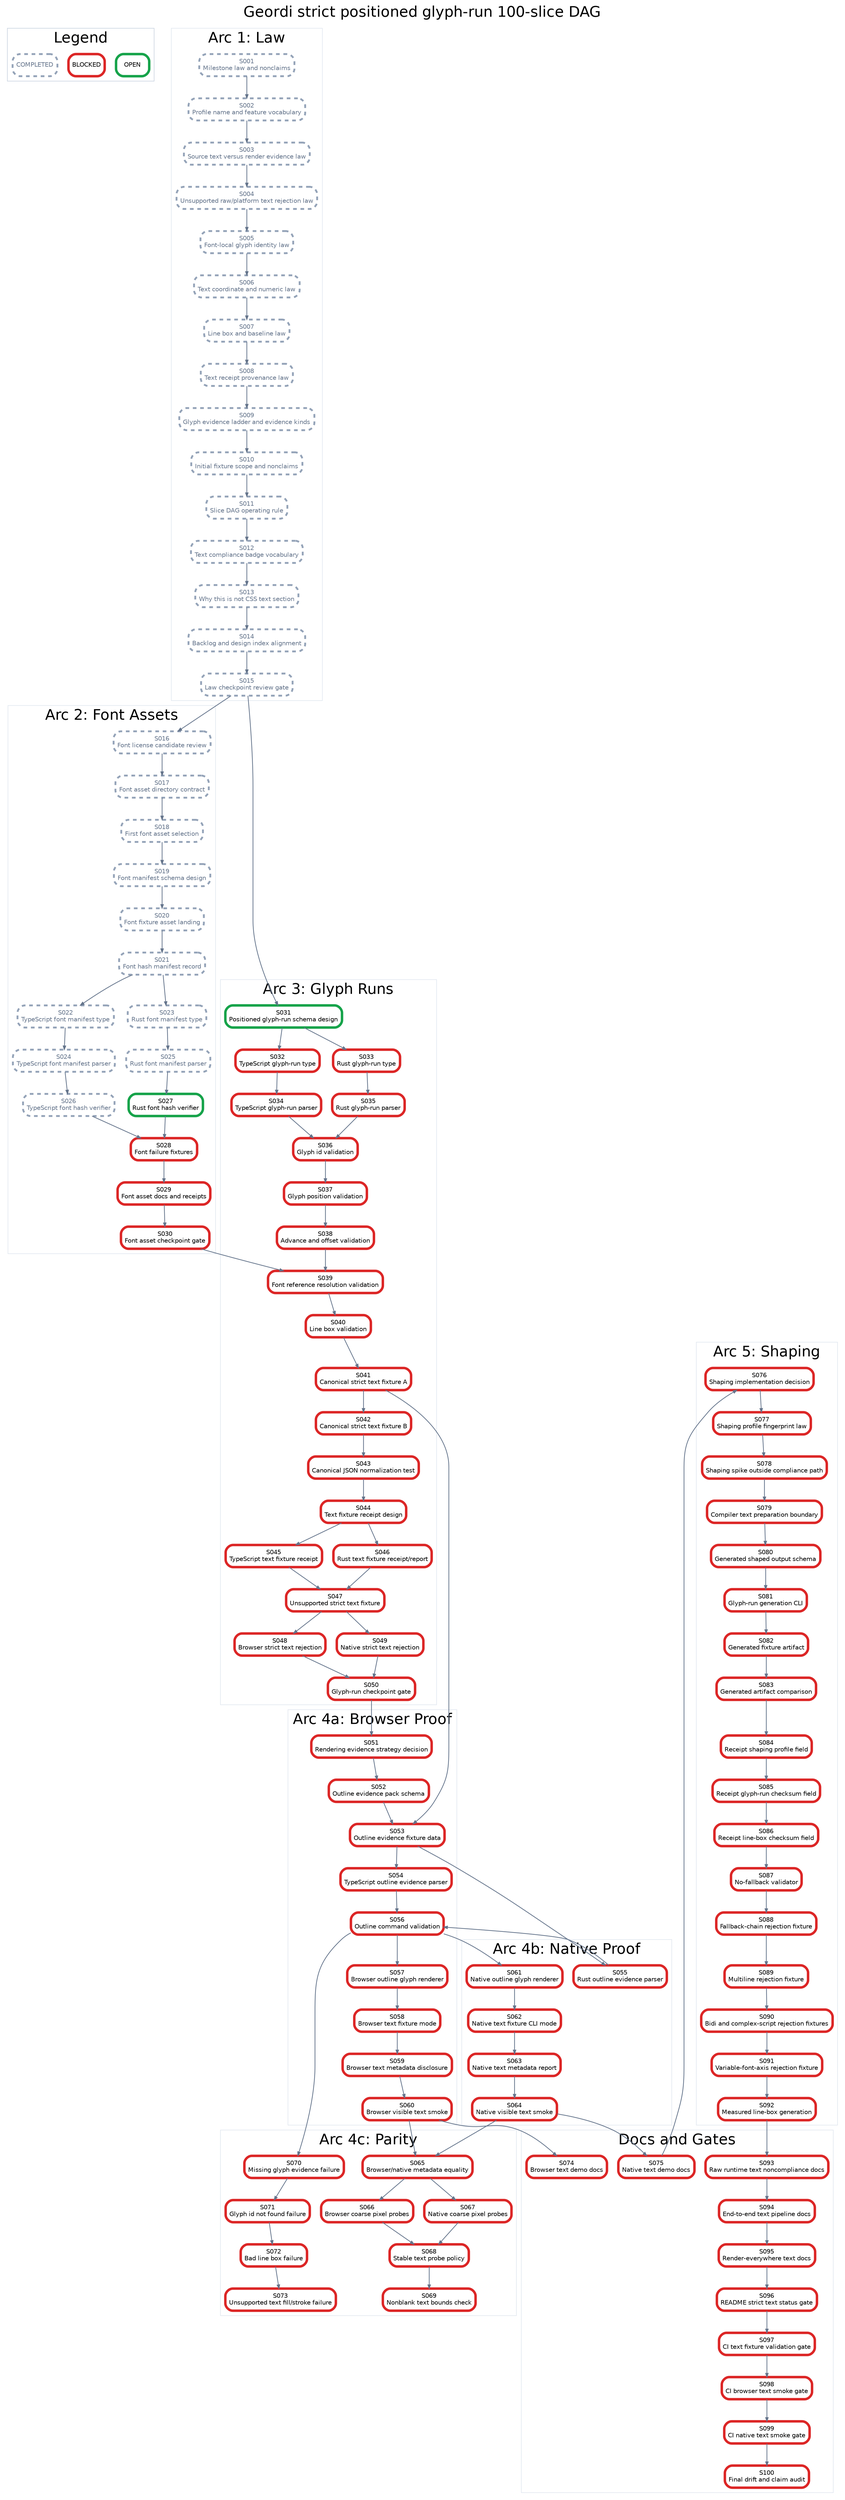
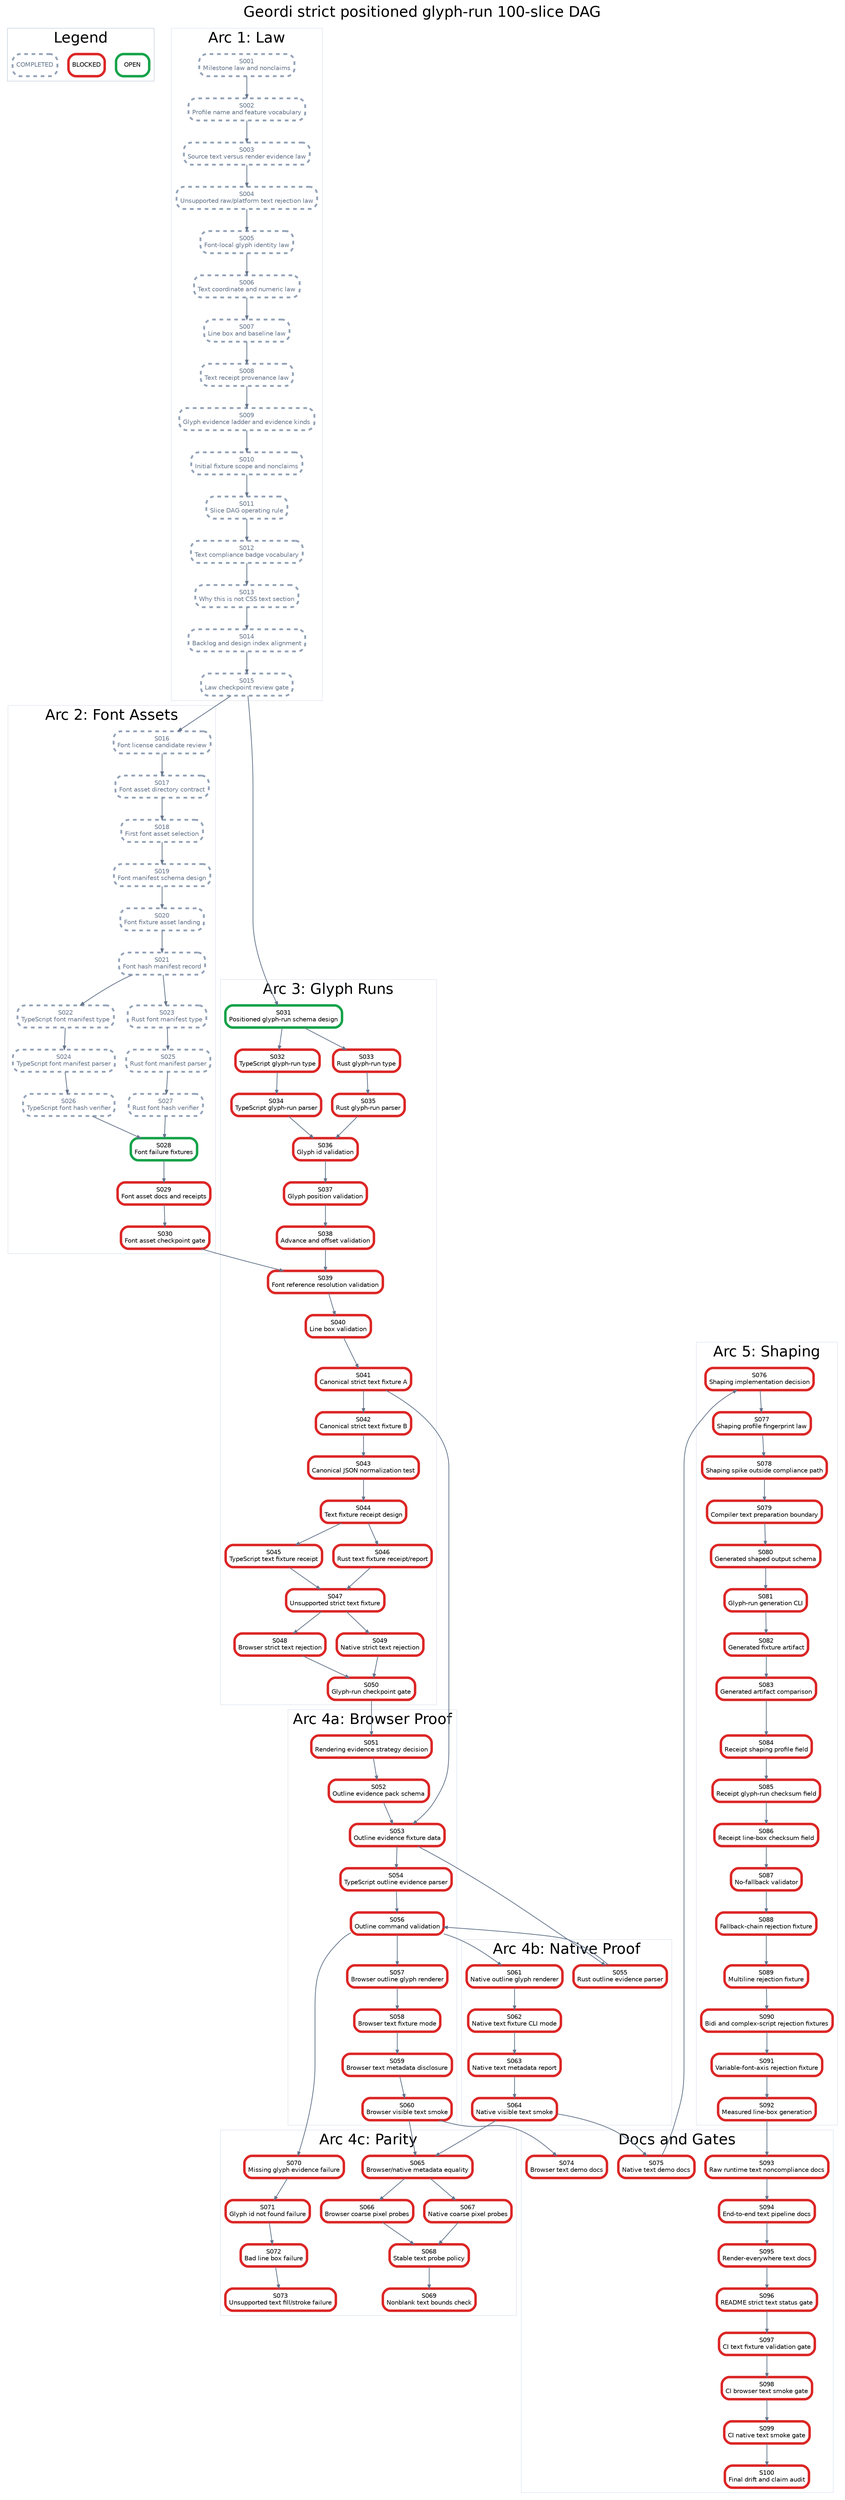
digraph StrictPositionedGlyphRunPlan {
  graph [rankdir=TB, bgcolor="white", fontname="Helvetica", label="Geordi strict positioned glyph-run 100-slice DAG", labelloc="t", fontsize=24];
  node [shape=box, style="rounded,filled", fillcolor="white", fontname="Helvetica", fontsize=10, margin="0.08,0.05"];
  edge [color="#64748b", arrowsize=0.6, penwidth=1.2];

  subgraph cluster_legend {
    label="Legend";
    color="#cbd5e1";
    legend_open [label="OPEN", color="#16a34a", penwidth=4];
    legend_blocked [label="BLOCKED", color="#dc2626", penwidth=4];
    legend_done [label="COMPLETED", color="#94a3b8", penwidth=3, style="rounded,filled,dashed", fontcolor="#64748b"];
  }

  subgraph cluster_law {
    label="Arc 1: Law";
    color="#e2e8f0";
    S001 [label="S001\nMilestone law and nonclaims", color="#94a3b8", penwidth=3, style="rounded,filled,dashed", fontcolor="#64748b"];
    S002 [label="S002\nProfile name and feature vocabulary", color="#94a3b8", penwidth=3, style="rounded,filled,dashed", fontcolor="#64748b"];
    S003 [label="S003\nSource text versus render evidence law", color="#94a3b8", penwidth=3, style="rounded,filled,dashed", fontcolor="#64748b"];
    S004 [label="S004\nUnsupported raw/platform text rejection law", color="#94a3b8", penwidth=3, style="rounded,filled,dashed", fontcolor="#64748b"];
    S005 [label="S005\nFont-local glyph identity law", color="#94a3b8", penwidth=3, style="rounded,filled,dashed", fontcolor="#64748b"];
    S006 [label="S006\nText coordinate and numeric law", color="#94a3b8", penwidth=3, style="rounded,filled,dashed", fontcolor="#64748b"];
    S007 [label="S007\nLine box and baseline law", color="#94a3b8", penwidth=3, style="rounded,filled,dashed", fontcolor="#64748b"];
    S008 [label="S008\nText receipt provenance law", color="#94a3b8", penwidth=3, style="rounded,filled,dashed", fontcolor="#64748b"];
    S009 [label="S009\nGlyph evidence ladder and evidence kinds", color="#94a3b8", penwidth=3, style="rounded,filled,dashed", fontcolor="#64748b"];
    S010 [label="S010\nInitial fixture scope and nonclaims", color="#94a3b8", penwidth=3, style="rounded,filled,dashed", fontcolor="#64748b"];
    S011 [label="S011\nSlice DAG operating rule", color="#94a3b8", penwidth=3, style="rounded,filled,dashed", fontcolor="#64748b"];
    S012 [label="S012\nText compliance badge vocabulary", color="#94a3b8", penwidth=3, style="rounded,filled,dashed", fontcolor="#64748b"];
    S013 [label="S013\nWhy this is not CSS text section", color="#94a3b8", penwidth=3, style="rounded,filled,dashed", fontcolor="#64748b"];
    S014 [label="S014\nBacklog and design index alignment", color="#94a3b8", penwidth=3, style="rounded,filled,dashed", fontcolor="#64748b"];
    S015 [label="S015\nLaw checkpoint review gate", color="#94a3b8", penwidth=3, style="rounded,filled,dashed", fontcolor="#64748b"];
  }

  subgraph cluster_assets {
    label="Arc 2: Font Assets";
    color="#e2e8f0";
    S016 [label="S016\nFont license candidate review", color="#94a3b8", penwidth=3, style="rounded,filled,dashed", fontcolor="#64748b"];
    S017 [label="S017\nFont asset directory contract", color="#94a3b8", penwidth=3, style="rounded,filled,dashed", fontcolor="#64748b"];
    S018 [label="S018\nFirst font asset selection", color="#94a3b8", penwidth=3, style="rounded,filled,dashed", fontcolor="#64748b"];
    S019 [label="S019\nFont manifest schema design", color="#94a3b8", penwidth=3, style="rounded,filled,dashed", fontcolor="#64748b"];
    S020 [label="S020\nFont fixture asset landing", color="#94a3b8", penwidth=3, style="rounded,filled,dashed", fontcolor="#64748b"];
    S021 [label="S021\nFont hash manifest record", color="#94a3b8", penwidth=3, style="rounded,filled,dashed", fontcolor="#64748b"];
    S022 [label="S022\nTypeScript font manifest type", color="#94a3b8", penwidth=3, style="rounded,filled,dashed", fontcolor="#64748b"];
    S023 [label="S023\nRust font manifest type", color="#94a3b8", penwidth=3, style="rounded,filled,dashed", fontcolor="#64748b"];
    S024 [label="S024\nTypeScript font manifest parser", color="#94a3b8", penwidth=3, style="rounded,filled,dashed", fontcolor="#64748b"];
    S025 [label="S025\nRust font manifest parser", color="#94a3b8", penwidth=3, style="rounded,filled,dashed", fontcolor="#64748b"];
    S026 [label="S026\nTypeScript font hash verifier", color="#94a3b8", penwidth=3, style="rounded,filled,dashed", fontcolor="#64748b"];
-     S027 [label="S027\nRust font hash verifier", color="#16a34a", penwidth=4];
-     S028 [label="S028\nFont failure fixtures", color="#dc2626", penwidth=4];
+     S027 [label="S027\nRust font hash verifier", color="#94a3b8", penwidth=3, style="rounded,filled,dashed", fontcolor="#64748b"];
+     S028 [label="S028\nFont failure fixtures", color="#16a34a", penwidth=4];
    S029 [label="S029\nFont asset docs and receipts", color="#dc2626", penwidth=4];
    S030 [label="S030\nFont asset checkpoint gate", color="#dc2626", penwidth=4];
  }

  subgraph cluster_glyph {
    label="Arc 3: Glyph Runs";
    color="#e2e8f0";
    S031 [label="S031\nPositioned glyph-run schema design", color="#16a34a", penwidth=4];
    S032 [label="S032\nTypeScript glyph-run type", color="#dc2626", penwidth=4];
    S033 [label="S033\nRust glyph-run type", color="#dc2626", penwidth=4];
    S034 [label="S034\nTypeScript glyph-run parser", color="#dc2626", penwidth=4];
    S035 [label="S035\nRust glyph-run parser", color="#dc2626", penwidth=4];
    S036 [label="S036\nGlyph id validation", color="#dc2626", penwidth=4];
    S037 [label="S037\nGlyph position validation", color="#dc2626", penwidth=4];
    S038 [label="S038\nAdvance and offset validation", color="#dc2626", penwidth=4];
    S039 [label="S039\nFont reference resolution validation", color="#dc2626", penwidth=4];
    S040 [label="S040\nLine box validation", color="#dc2626", penwidth=4];
    S041 [label="S041\nCanonical strict text fixture A", color="#dc2626", penwidth=4];
    S042 [label="S042\nCanonical strict text fixture B", color="#dc2626", penwidth=4];
    S043 [label="S043\nCanonical JSON normalization test", color="#dc2626", penwidth=4];
    S044 [label="S044\nText fixture receipt design", color="#dc2626", penwidth=4];
    S045 [label="S045\nTypeScript text fixture receipt", color="#dc2626", penwidth=4];
    S046 [label="S046\nRust text fixture receipt/report", color="#dc2626", penwidth=4];
    S047 [label="S047\nUnsupported strict text fixture", color="#dc2626", penwidth=4];
    S048 [label="S048\nBrowser strict text rejection", color="#dc2626", penwidth=4];
    S049 [label="S049\nNative strict text rejection", color="#dc2626", penwidth=4];
    S050 [label="S050\nGlyph-run checkpoint gate", color="#dc2626", penwidth=4];
  }

  subgraph cluster_browser {
    label="Arc 4a: Browser Proof";
    color="#e2e8f0";
    S051 [label="S051\nRendering evidence strategy decision", color="#dc2626", penwidth=4];
    S052 [label="S052\nOutline evidence pack schema", color="#dc2626", penwidth=4];
    S053 [label="S053\nOutline evidence fixture data", color="#dc2626", penwidth=4];
    S054 [label="S054\nTypeScript outline evidence parser", color="#dc2626", penwidth=4];
    S056 [label="S056\nOutline command validation", color="#dc2626", penwidth=4];
    S057 [label="S057\nBrowser outline glyph renderer", color="#dc2626", penwidth=4];
    S058 [label="S058\nBrowser text fixture mode", color="#dc2626", penwidth=4];
    S059 [label="S059\nBrowser text metadata disclosure", color="#dc2626", penwidth=4];
    S060 [label="S060\nBrowser visible text smoke", color="#dc2626", penwidth=4];
  }

  subgraph cluster_native {
    label="Arc 4b: Native Proof";
    color="#e2e8f0";
    S055 [label="S055\nRust outline evidence parser", color="#dc2626", penwidth=4];
    S061 [label="S061\nNative outline glyph renderer", color="#dc2626", penwidth=4];
    S062 [label="S062\nNative text fixture CLI mode", color="#dc2626", penwidth=4];
    S063 [label="S063\nNative text metadata report", color="#dc2626", penwidth=4];
    S064 [label="S064\nNative visible text smoke", color="#dc2626", penwidth=4];
  }

  subgraph cluster_parity {
    label="Arc 4c: Parity";
    color="#e2e8f0";
    S065 [label="S065\nBrowser/native metadata equality", color="#dc2626", penwidth=4];
    S066 [label="S066\nBrowser coarse pixel probes", color="#dc2626", penwidth=4];
    S067 [label="S067\nNative coarse pixel probes", color="#dc2626", penwidth=4];
    S068 [label="S068\nStable text probe policy", color="#dc2626", penwidth=4];
    S069 [label="S069\nNonblank text bounds check", color="#dc2626", penwidth=4];
    S070 [label="S070\nMissing glyph evidence failure", color="#dc2626", penwidth=4];
    S071 [label="S071\nGlyph id not found failure", color="#dc2626", penwidth=4];
    S072 [label="S072\nBad line box failure", color="#dc2626", penwidth=4];
    S073 [label="S073\nUnsupported text fill/stroke failure", color="#dc2626", penwidth=4];
  }

  subgraph cluster_shaping {
    label="Arc 5: Shaping";
    color="#e2e8f0";
    S076 [label="S076\nShaping implementation decision", color="#dc2626", penwidth=4];
    S077 [label="S077\nShaping profile fingerprint law", color="#dc2626", penwidth=4];
    S078 [label="S078\nShaping spike outside compliance path", color="#dc2626", penwidth=4];
    S079 [label="S079\nCompiler text preparation boundary", color="#dc2626", penwidth=4];
    S080 [label="S080\nGenerated shaped output schema", color="#dc2626", penwidth=4];
    S081 [label="S081\nGlyph-run generation CLI", color="#dc2626", penwidth=4];
    S082 [label="S082\nGenerated fixture artifact", color="#dc2626", penwidth=4];
    S083 [label="S083\nGenerated artifact comparison", color="#dc2626", penwidth=4];
    S084 [label="S084\nReceipt shaping profile field", color="#dc2626", penwidth=4];
    S085 [label="S085\nReceipt glyph-run checksum field", color="#dc2626", penwidth=4];
    S086 [label="S086\nReceipt line-box checksum field", color="#dc2626", penwidth=4];
    S087 [label="S087\nNo-fallback validator", color="#dc2626", penwidth=4];
    S088 [label="S088\nFallback-chain rejection fixture", color="#dc2626", penwidth=4];
    S089 [label="S089\nMultiline rejection fixture", color="#dc2626", penwidth=4];
    S090 [label="S090\nBidi and complex-script rejection fixtures", color="#dc2626", penwidth=4];
    S091 [label="S091\nVariable-font-axis rejection fixture", color="#dc2626", penwidth=4];
    S092 [label="S092\nMeasured line-box generation", color="#dc2626", penwidth=4];
  }

  subgraph cluster_docs {
    label="Docs and Gates";
    color="#e2e8f0";
    S074 [label="S074\nBrowser text demo docs", color="#dc2626", penwidth=4];
    S075 [label="S075\nNative text demo docs", color="#dc2626", penwidth=4];
    S093 [label="S093\nRaw runtime text noncompliance docs", color="#dc2626", penwidth=4];
    S094 [label="S094\nEnd-to-end text pipeline docs", color="#dc2626", penwidth=4];
    S095 [label="S095\nRender-everywhere text docs", color="#dc2626", penwidth=4];
    S096 [label="S096\nREADME strict text status gate", color="#dc2626", penwidth=4];
    S097 [label="S097\nCI text fixture validation gate", color="#dc2626", penwidth=4];
    S098 [label="S098\nCI browser text smoke gate", color="#dc2626", penwidth=4];
    S099 [label="S099\nCI native text smoke gate", color="#dc2626", penwidth=4];
    S100 [label="S100\nFinal drift and claim audit", color="#dc2626", penwidth=4];
  }

  S001 -> S002;
  S002 -> S003;
  S003 -> S004;
  S004 -> S005;
  S005 -> S006;
  S006 -> S007;
  S007 -> S008;
  S008 -> S009;
  S009 -> S010;
  S010 -> S011;
  S011 -> S012;
  S012 -> S013;
  S013 -> S014;
  S014 -> S015;
  S015 -> S016;
  S016 -> S017;
  S017 -> S018;
  S018 -> S019;
  S019 -> S020;
  S020 -> S021;
  S021 -> S022;
  S021 -> S023;
  S022 -> S024;
  S023 -> S025;
  S024 -> S026;
  S025 -> S027;
  S026 -> S028;
  S027 -> S028;
  S028 -> S029;
  S029 -> S030;
  S015 -> S031;
  S031 -> S032;
  S031 -> S033;
  S032 -> S034;
  S033 -> S035;
  S034 -> S036;
  S035 -> S036;
  S036 -> S037;
  S037 -> S038;
  S038 -> S039;
  S039 -> S040;
  S030 -> S039;
  S040 -> S041;
  S041 -> S042;
  S042 -> S043;
  S043 -> S044;
  S044 -> S045;
  S044 -> S046;
  S045 -> S047;
  S046 -> S047;
  S047 -> S048;
  S047 -> S049;
  S048 -> S050;
  S049 -> S050;
  S050 -> S051;
  S051 -> S052;
  S052 -> S053;
  S041 -> S053;
  S053 -> S054;
  S053 -> S055;
  S054 -> S056;
  S055 -> S056;
  S056 -> S057;
  S057 -> S058;
  S058 -> S059;
  S059 -> S060;
  S056 -> S061;
  S061 -> S062;
  S062 -> S063;
  S063 -> S064;
  S060 -> S065;
  S064 -> S065;
  S065 -> S066;
  S065 -> S067;
  S066 -> S068;
  S067 -> S068;
  S068 -> S069;
  S056 -> S070;
  S070 -> S071;
  S071 -> S072;
  S072 -> S073;
  S060 -> S074;
  S064 -> S075;
  S075 -> S076;
  S076 -> S077;
  S077 -> S078;
  S078 -> S079;
  S079 -> S080;
  S080 -> S081;
  S081 -> S082;
  S082 -> S083;
  S083 -> S084;
  S084 -> S085;
  S085 -> S086;
  S086 -> S087;
  S087 -> S088;
  S088 -> S089;
  S089 -> S090;
  S090 -> S091;
  S091 -> S092;
  S092 -> S093;
  S093 -> S094;
  S094 -> S095;
  S095 -> S096;
  S096 -> S097;
  S097 -> S098;
  S098 -> S099;
  S099 -> S100;
}
